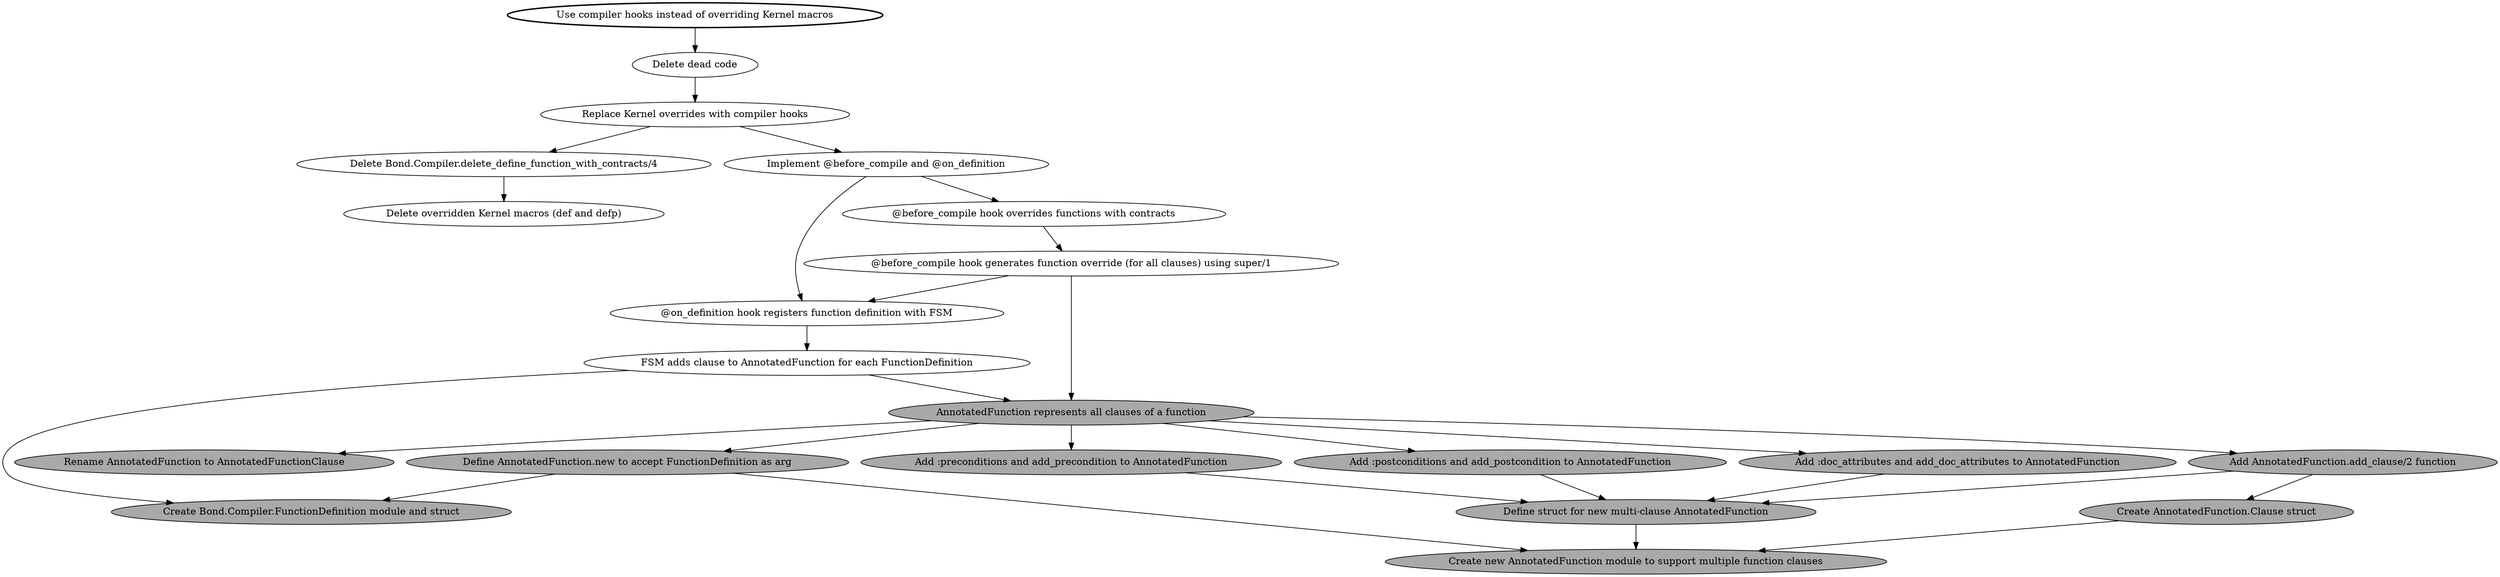
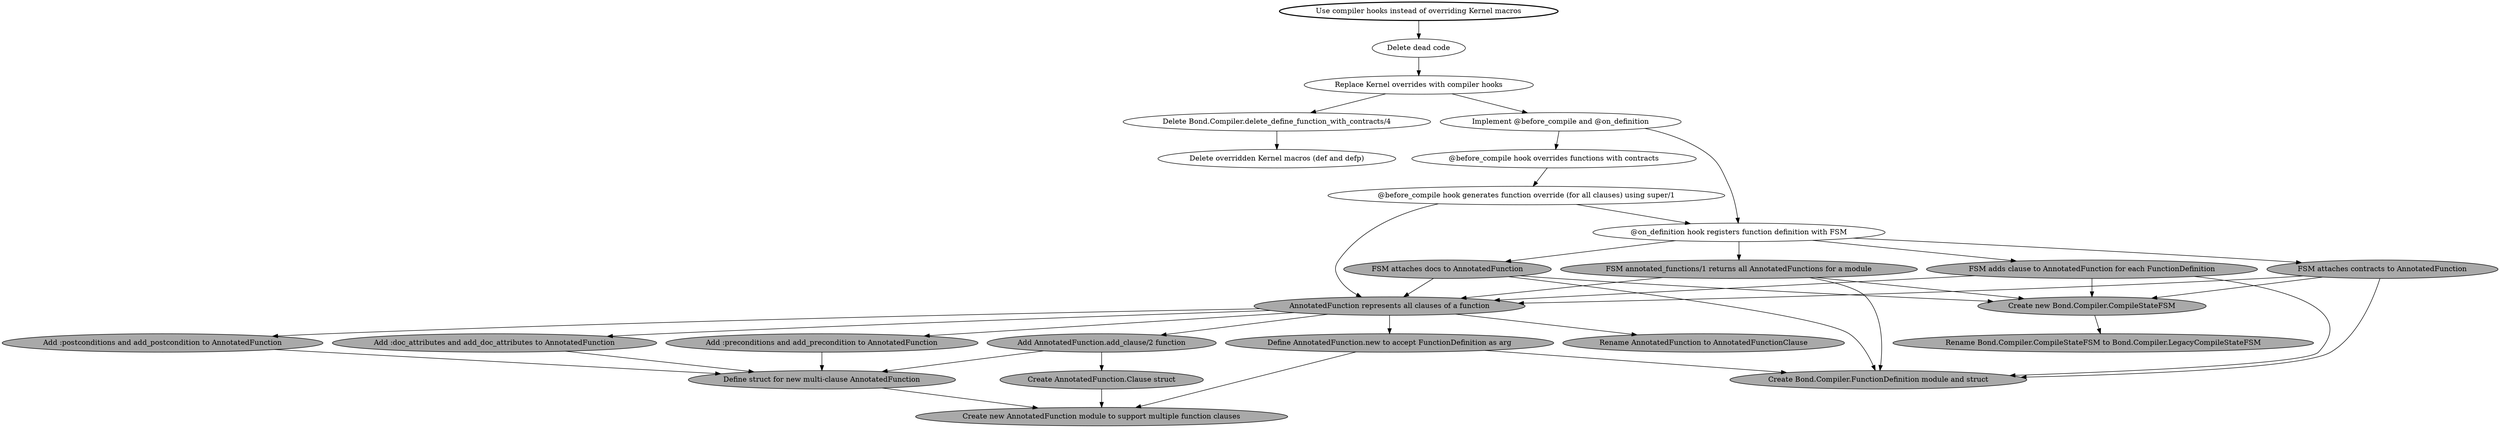
digraph {
  goal [label = "Use compiler hooks instead of overriding Kernel macros", style = bold]
  replace_kernel_overrides_with_compiler_hooks [label = "Replace Kernel overrides with compiler hooks"]

  delete_dead_code [label="Delete dead code"]
  delete_kernel_overrides [label = "Delete overridden Kernel macros (def and defp)"]
  delete_define_function_with_contracts [label="Delete Bond.Compiler.delete_define_function_with_contracts/4"]
  implement_compiler_hooks [label = "Implement @before_compile and @on_definition"]
  on_definition [label="@on_definition hook registers function definition with FSM"]
  before_compile [label="@before_compile hook overrides functions with contracts"]

  before_compile_generates_override [label="@before_compile hook generates function override (for all clauses) using super/1"]

  function_definition [label="Create Bond.Compiler.FunctionDefinition module and struct", fillcolor=darkgrey, style=filled]

  annotated_function_multi_clause [label="AnnotatedFunction represents all clauses of a function", fillcolor=darkgrey, style=filled]
  rename_annotated_function [label="Rename AnnotatedFunction to AnnotatedFunctionClause", fillcolor=darkgrey, style=filled]
  create_new_annotated_function [label="Create new AnnotatedFunction module to support multiple function clauses", fillcolor=darkgrey, style=filled]
  annotated_function_struct [label="Define struct for new multi-clause AnnotatedFunction", fillcolor=darkgrey, style=filled]
  annotated_function_new [label="Define AnnotatedFunction.new to accept FunctionDefinition as arg", fillcolor=darkgrey, style=filled]
  create_annotated_function_clause [label="Create AnnotatedFunction.Clause struct", fillcolor=darkgrey, style=filled]
  add_clause_to_annotated_function [label="Add AnnotatedFunction.add_clause/2 function", fillcolor=darkgrey, style=filled]
  add_preconditions_to_annotated_function [label="Add :preconditions and add_precondition to AnnotatedFunction", fillcolor=darkgrey, style=filled]
  add_postconditions_to_annotated_function [label="Add :postconditions and add_postcondition to AnnotatedFunction", fillcolor=darkgrey, style=filled]
  add_doc_attributes_to_annotated_function [label="Add :doc_attributes and add_doc_attributes to AnnotatedFunction", fillcolor=darkgrey, style=filled]

-   fsm_multi_clause_functions [label="FSM adds clause to AnnotatedFunction for each FunctionDefinition"]
+   rename_old_fsm [label="Rename Bond.Compiler.CompileStateFSM to Bond.Compiler.LegacyCompileStateFSM", fillcolor=darkgrey, style=filled]
+   create_new_fsm [label="Create new Bond.Compiler.CompileStateFSM", fillcolor=darkgrey, style=filled]
+   fsm_attaches_contract [label="FSM attaches contracts to AnnotatedFunction", fillcolor=darkgrey, style=filled]
+   fsm_attaches_docs [label="FSM attaches docs to AnnotatedFunction", fillcolor=darkgrey, style=filled]
+   fsm_multi_clause_functions [label="FSM adds clause to AnnotatedFunction for each FunctionDefinition", fillcolor=darkgrey, style=filled]
+   fsm_returns_all_annotated_functions [label="FSM annotated_functions/1 returns all AnnotatedFunctions for a module", fillcolor=darkgrey, style=filled]

  goal -> delete_dead_code -> replace_kernel_overrides_with_compiler_hooks
  replace_kernel_overrides_with_compiler_hooks -> delete_define_function_with_contracts -> delete_kernel_overrides
  replace_kernel_overrides_with_compiler_hooks -> implement_compiler_hooks
  implement_compiler_hooks -> {on_definition before_compile}
-   on_definition -> fsm_multi_clause_functions -> {function_definition annotated_function_multi_clause}
+   on_definition -> {fsm_multi_clause_functions fsm_attaches_contract fsm_attaches_docs fsm_returns_all_annotated_functions} -> {create_new_fsm function_definition annotated_function_multi_clause}
+   create_new_fsm -> rename_old_fsm
  annotated_function_multi_clause -> {rename_annotated_function add_clause_to_annotated_function annotated_function_new add_preconditions_to_annotated_function add_postconditions_to_annotated_function add_doc_attributes_to_annotated_function}
  {add_preconditions_to_annotated_function add_postconditions_to_annotated_function add_doc_attributes_to_annotated_function} -> annotated_function_struct
  annotated_function_struct -> create_new_annotated_function
  annotated_function_new -> {function_definition create_new_annotated_function}
  add_clause_to_annotated_function -> {create_annotated_function_clause annotated_function_struct}
  create_annotated_function_clause -> create_new_annotated_function
  before_compile -> before_compile_generates_override -> {on_definition annotated_function_multi_clause}
}
